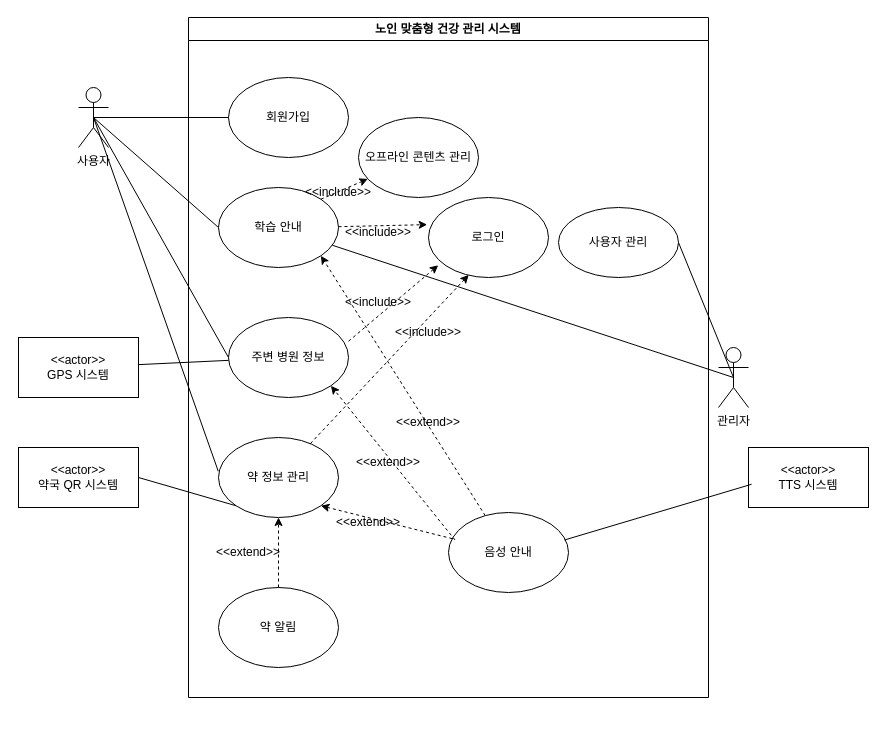
wnthsk/sejujun keeps this draw.io diagram as Untitled Diagram.drawio. Above is the earlier version. Source tidied: cells renumbered, new cells numbered last; positions are measured from the earlier drawing's top-left corner, leaving out a move shared by most shapes. Both pictures are drawn from the tidied source at 100%, with x=0, y=0 at pixel (18, 17).
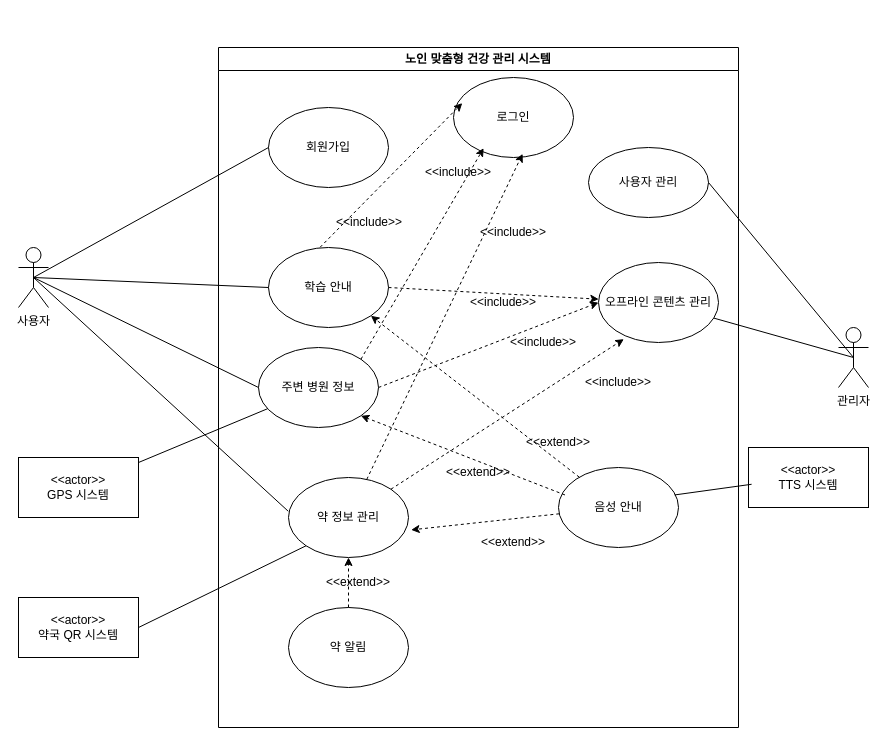
After the change.

Unchanged cells that the change refers to:
```xml
<mxCell id="8" value="주변 병원 정보" style="ellipse;whiteSpace=wrap;html=1;" parent="2" vertex="1">
  <mxGeometry x="40" y="300" width="120" height="80" as="geometry" />
</mxCell>
```

The edit, as a diff of the source:
```diff
@@
     <mxCell id="2" value="노인 맞춤형 건강 관리 시스템" style="swimlane;whiteSpace=wrap;html=1;" parent="1" vertex="1">
-      <mxGeometry x="170" width="520" height="680" as="geometry" />
+      <mxGeometry x="200" y="30" width="520" height="680" as="geometry" />
     </mxCell>
     <mxCell id="3" value="회원가입" style="ellipse;whiteSpace=wrap;html=1;" parent="2" vertex="1">
-      <mxGeometry x="40" y="60" width="120" height="80" as="geometry" />
+      <mxGeometry x="50" y="60" width="120" height="80" as="geometry" />
     </mxCell>
     <mxCell id="4" value="사용자 관리" style="ellipse;whiteSpace=wrap;html=1;" parent="2" vertex="1">
-      <mxGeometry x="370" y="190" width="120" height="70" as="geometry" />
+      <mxGeometry x="370" y="100" width="120" height="70" as="geometry" />
     </mxCell>
     <mxCell id="5" value="음성 안내" style="ellipse;whiteSpace=wrap;html=1;" parent="2" vertex="1">
-      <mxGeometry x="260" y="495" width="120" height="80" as="geometry" />
+      <mxGeometry x="340" y="420" width="120" height="80" as="geometry" />
     </mxCell>
     <mxCell id="6" value="학습 안내" style="ellipse;whiteSpace=wrap;html=1;" parent="2" vertex="1">
-      <mxGeometry x="30" y="170" width="120" height="80" as="geometry" />
+      <mxGeometry x="50" y="200" width="120" height="80" as="geometry" />
     </mxCell>
     <mxCell id="7" value="로그인" style="ellipse;whiteSpace=wrap;html=1;" parent="2" vertex="1">
-      <mxGeometry x="240" y="180" width="120" height="80" as="geometry" />
+      <mxGeometry x="235" y="30" width="120" height="80" as="geometry" />
     </mxCell>
@@
     <mxCell id="9" value="약 알림" style="ellipse;whiteSpace=wrap;html=1;" parent="2" vertex="1">
-      <mxGeometry x="30" y="570" width="120" height="80" as="geometry" />
+      <mxGeometry x="70" y="560" width="120" height="80" as="geometry" />
     </mxCell>
     <mxCell id="10" value="약 정보 관리" style="ellipse;whiteSpace=wrap;html=1;" parent="2" vertex="1">
-      <mxGeometry x="30" y="420" width="120" height="80" as="geometry" />
+      <mxGeometry x="70" y="430" width="120" height="80" as="geometry" />
     </mxCell>
@@
     <mxCell id="12" value="&amp;lt;&amp;lt;extend&amp;gt;&amp;gt;" style="text;html=1;align=center;verticalAlign=middle;whiteSpace=wrap;rounded=0;" parent="2" vertex="1">
-      <mxGeometry x="30" y="520" width="60" height="30" as="geometry" />
+      <mxGeometry x="110" y="520" width="60" height="30" as="geometry" />
     </mxCell>
-    <mxCell id="13" style="endArrow=classic;html=1;rounded=0;strokeColor=default;curved=0;dashed=1;entryX=-0.011;entryY=0.339;entryDx=0;entryDy=0;entryPerimeter=0;" parent="2" edge="1" source="6" target="7">
+    <mxCell id="13" style="endArrow=classic;html=1;rounded=0;strokeColor=default;curved=0;dashed=1;entryX=0.073;entryY=0.32;entryDx=0;entryDy=0;entryPerimeter=0;exitX=0.43;exitY=-0.003;exitDx=0;exitDy=0;exitPerimeter=0;" parent="2" edge="1" source="6" target="7">
       <mxGeometry relative="1" as="geometry" />
     </mxCell>
-    <mxCell id="14" style="endArrow=classic;html=1;rounded=0;strokeColor=default;curved=0;dashed=1;entryX=0.081;entryY=0.847;entryDx=0;entryDy=0;entryPerimeter=0;exitX=1.001;exitY=0.296;exitDx=0;exitDy=0;exitPerimeter=0;" parent="2" edge="1" source="8" target="7">
+    <mxCell id="14" style="endArrow=classic;html=1;rounded=0;strokeColor=default;curved=0;dashed=1;entryX=0.251;entryY=0.883;entryDx=0;entryDy=0;entryPerimeter=0;exitX=1;exitY=0;exitDx=0;exitDy=0;" parent="2" edge="1" source="8" target="7">
       <mxGeometry relative="1" as="geometry" />
     </mxCell>
-    <mxCell id="15" style="endArrow=classic;html=1;rounded=0;strokeColor=default;curved=0;dashed=1;entryX=0.335;entryY=0.968;entryDx=0;entryDy=0;entryPerimeter=0;" parent="2" edge="1" source="10" target="7">
+    <mxCell id="15" style="endArrow=classic;html=1;rounded=0;strokeColor=default;curved=0;dashed=1;entryX=0.576;entryY=0.954;entryDx=0;entryDy=0;entryPerimeter=0;" parent="2" edge="1" source="10" target="7">
       <mxGeometry relative="1" as="geometry" />
     </mxCell>
@@
     <mxCell id="18" value="&amp;lt;&amp;lt;include&amp;gt;&amp;gt;" style="text;html=1;align=center;verticalAlign=middle;whiteSpace=wrap;rounded=0;" parent="2" vertex="1">
-      <mxGeometry x="160" y="270" width="60" height="30" as="geometry" />
+      <mxGeometry x="265" y="170" width="60" height="30" as="geometry" />
     </mxCell>
     <mxCell id="19" value="&amp;lt;&amp;lt;include&amp;gt;&amp;gt;" style="text;html=1;align=center;verticalAlign=middle;whiteSpace=wrap;rounded=0;" parent="2" vertex="1">
-      <mxGeometry x="210" y="300" width="60" height="30" as="geometry" />
+      <mxGeometry x="255" y="240" width="60" height="30" as="geometry" />
     </mxCell>
     <mxCell id="20" value="&amp;lt;&amp;lt;include&amp;gt;&amp;gt;" style="text;html=1;align=center;verticalAlign=middle;whiteSpace=wrap;rounded=0;" parent="2" vertex="1">
-      <mxGeometry x="160" y="200" width="60" height="30" as="geometry" />
+      <mxGeometry x="210" y="110" width="60" height="30" as="geometry" />
     </mxCell>
     <mxCell id="21" value="&amp;lt;&amp;lt;extend&amp;gt;&amp;gt;" style="text;html=1;align=center;verticalAlign=middle;whiteSpace=wrap;rounded=0;" parent="2" vertex="1">
-      <mxGeometry x="150" y="490" width="60" height="30" as="geometry" />
+      <mxGeometry x="265" y="480" width="60" height="30" as="geometry" />
     </mxCell>
     <mxCell id="22" value="&amp;lt;&amp;lt;extend&amp;gt;&amp;gt;" style="text;html=1;align=center;verticalAlign=middle;whiteSpace=wrap;rounded=0;" parent="2" vertex="1">
-      <mxGeometry x="210" y="390" width="60" height="30" as="geometry" />
+      <mxGeometry x="230" y="410" width="60" height="30" as="geometry" />
     </mxCell>
-    <mxCell id="23" style="endArrow=classic;html=1;rounded=0;strokeColor=default;curved=0;dashed=1;entryX=1;entryY=1;entryDx=0;entryDy=0;" parent="2" edge="1" source="5" target="10">
+    <mxCell id="23" style="endArrow=classic;html=1;rounded=0;strokeColor=default;curved=0;dashed=1;entryX=1.022;entryY=0.655;entryDx=0;entryDy=0;entryPerimeter=0;" parent="2" edge="1" source="5" target="10">
       <mxGeometry relative="1" as="geometry" />
     </mxCell>
     <mxCell id="24" value="&amp;lt;&amp;lt;extend&amp;gt;&amp;gt;" style="text;html=1;align=center;verticalAlign=middle;whiteSpace=wrap;rounded=0;" parent="2" vertex="1">
-      <mxGeometry x="170" y="430" width="60" height="30" as="geometry" />
+      <mxGeometry x="310" y="380" width="60" height="30" as="geometry" />
     </mxCell>
+    <mxCell id="27" value="&amp;lt;&amp;lt;include&amp;gt;&amp;gt;" style="text;html=1;align=center;verticalAlign=middle;whiteSpace=wrap;rounded=0;" parent="2" vertex="1">
+      <mxGeometry x="121.3" y="160" width="60" height="30" as="geometry" />
+    </mxCell>
     <mxCell id="25" value="오프라인 콘텐츠 관리" style="ellipse;whiteSpace=wrap;html=1;" parent="2" vertex="1">
-      <mxGeometry x="170" y="100" width="120" height="80" as="geometry" />
+      <mxGeometry x="380" y="215" width="120" height="80" as="geometry" />
     </mxCell>
-    <mxCell id="26" style="endArrow=classic;html=1;rounded=0;strokeColor=default;curved=0;dashed=1;exitX=1;exitY=0;exitDx=0;exitDy=0;" parent="2" edge="1" source="6" target="25">
+    <mxCell id="26" style="endArrow=classic;html=1;rounded=0;strokeColor=default;curved=0;dashed=1;exitX=1;exitY=0.5;exitDx=0;exitDy=0;" parent="2" edge="1" source="6" target="25">
       <mxGeometry relative="1" as="geometry" />
     </mxCell>
-    <mxCell id="27" value="&amp;lt;&amp;lt;include&amp;gt;&amp;gt;" style="text;html=1;align=center;verticalAlign=middle;whiteSpace=wrap;rounded=0;" parent="2" vertex="1">
-      <mxGeometry x="120" y="160" width="60" height="30" as="geometry" />
-    </mxCell>
+    <mxCell id="42" style="endArrow=classic;html=1;rounded=0;strokeColor=default;curved=0;dashed=1;exitX=1;exitY=0;exitDx=0;exitDy=0;entryX=0.211;entryY=0.958;entryDx=0;entryDy=0;entryPerimeter=0;" parent="2" edge="1" source="10" target="25">
+      <mxGeometry relative="1" as="geometry" />
+    </mxCell>
+    <mxCell id="43" style="endArrow=classic;html=1;rounded=0;strokeColor=default;curved=0;dashed=1;exitX=1;exitY=0.5;exitDx=0;exitDy=0;entryX=0;entryY=0.5;entryDx=0;entryDy=0;" parent="2" edge="1" source="8" target="25">
+      <mxGeometry relative="1" as="geometry" />
+    </mxCell>
+    <mxCell id="44" value="&amp;lt;&amp;lt;include&amp;gt;&amp;gt;" style="text;html=1;align=center;verticalAlign=middle;whiteSpace=wrap;rounded=0;" parent="2" vertex="1">
+      <mxGeometry x="370" y="320" width="60" height="30" as="geometry" />
+    </mxCell>
+    <mxCell id="45" value="&amp;lt;&amp;lt;include&amp;gt;&amp;gt;" style="text;html=1;align=center;verticalAlign=middle;whiteSpace=wrap;rounded=0;" parent="2" vertex="1">
+      <mxGeometry x="295" y="280" width="60" height="30" as="geometry" />
+    </mxCell>
     <mxCell id="28" value="관리자" style="shape=umlActor;verticalLabelPosition=bottom;verticalAlign=top;html=1;outlineConnect=0;" parent="1" vertex="1">
-      <mxGeometry x="700" y="330" width="30" height="60" as="geometry" />
+      <mxGeometry x="820" y="310" width="30" height="60" as="geometry" />
     </mxCell>
@@
     <mxCell id="30" value="사용자" style="shape=umlActor;verticalLabelPosition=bottom;verticalAlign=top;html=1;outlineConnect=0;" parent="1" vertex="1">
-      <mxGeometry x="60" y="70" width="30" height="60" as="geometry" />
+      <mxGeometry y="230" width="30" height="60" as="geometry" />
     </mxCell>
@@
-    <mxCell id="37" style="endArrow=none;html=1;rounded=0;entryX=0.5;entryY=0.5;entryDx=0;entryDy=0;entryPerimeter=0;" parent="1" edge="1" source="6" target="28">
+    <mxCell id="37" style="endArrow=none;html=1;rounded=0;entryX=0.5;entryY=0.5;entryDx=0;entryDy=0;entryPerimeter=0;" parent="1" edge="1" source="25" target="28">
       <mxGeometry relative="1" as="geometry" />
     </mxCell>
     <mxCell id="38" value="&amp;lt;&amp;lt;actor&amp;gt;&amp;gt;&lt;div&gt;&lt;span style=&quot;background-color: transparent; color: light-dark(rgb(0, 0, 0), rgb(255, 255, 255));&quot;&gt;GPS 시스템&lt;/span&gt;&lt;/div&gt;" style="rounded=0;whiteSpace=wrap;html=1;" parent="1" vertex="1">
-      <mxGeometry y="320" width="120" height="60" as="geometry" />
+      <mxGeometry y="440" width="120" height="60" as="geometry" />
     </mxCell>
@@
     <mxCell id="40" value="&amp;lt;&amp;lt;actor&amp;gt;&amp;gt;&lt;div&gt;약국 QR 시스템&lt;/div&gt;" style="rounded=0;whiteSpace=wrap;html=1;" parent="1" vertex="1">
-      <mxGeometry y="430" width="120" height="60" as="geometry" />
+      <mxGeometry y="580" width="120" height="60" as="geometry" />
     </mxCell>
```
